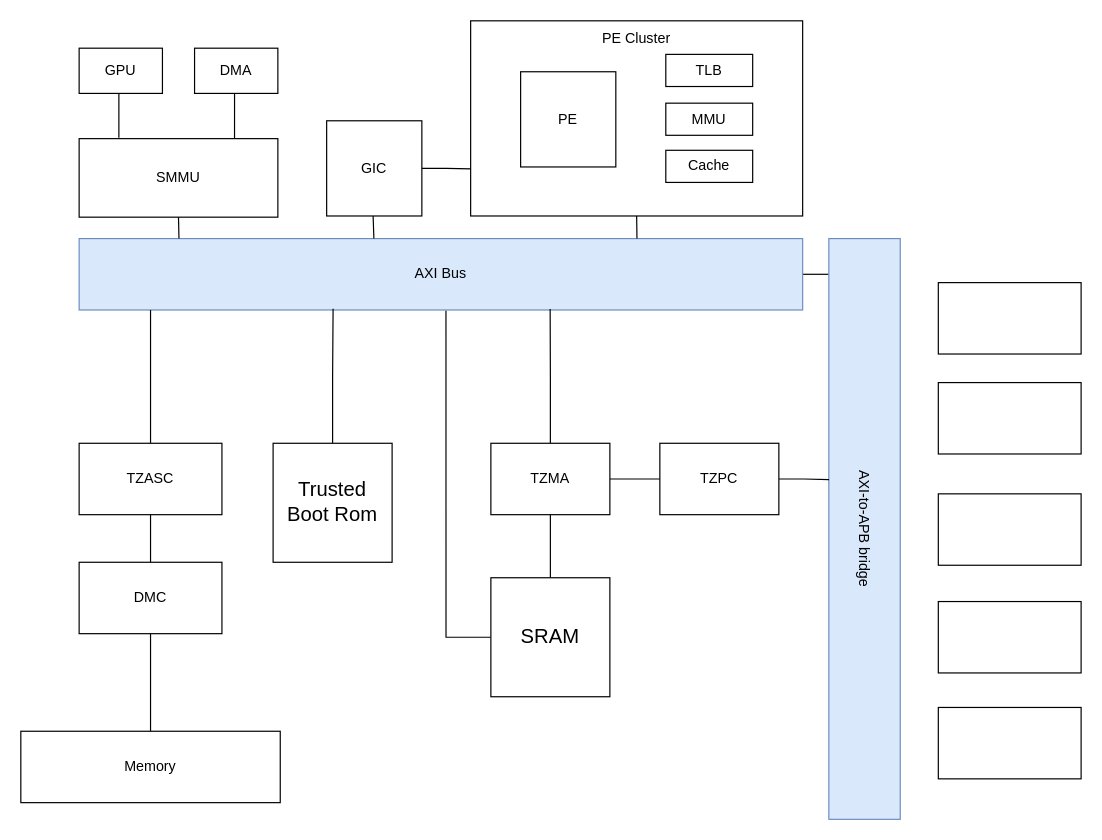
This is p3.drawio from EdisonE3/vue_learn, a draw.io file, before an edit. Source tidied: cells renumbered, new cells numbered last; positions are measured from the earlier drawing's top-left corner, leaving out a move shared by most shapes. Both pictures are drawn from the tidied source at 119%, with x=0, y=0 at pixel (20, 20).
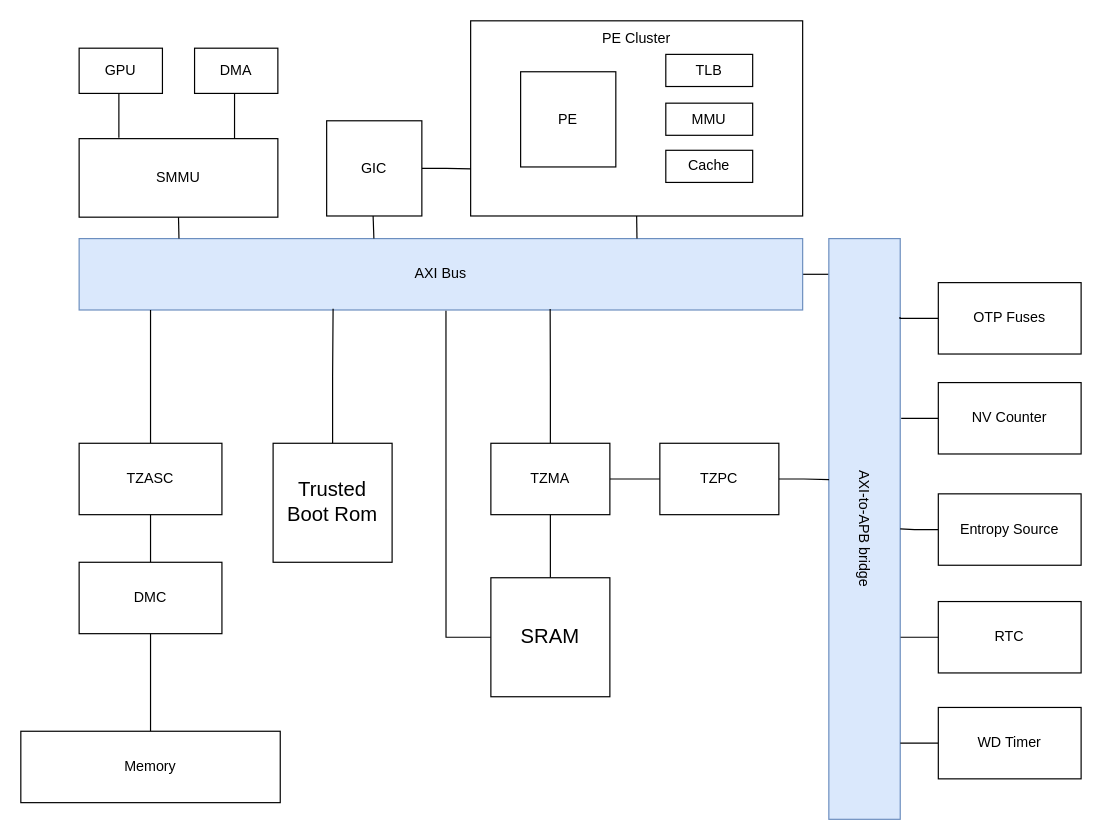
After the change.

Unchanged cells that the change refers to:
```xml
<mxCell id="22" style="rounded=0;whiteSpace=wrap;html=1;fillColor=#dae8fc;strokeColor=#6c8ebf;direction=south;" parent="21" vertex="1">
  <mxGeometry width="60" height="488" as="geometry" />
</mxCell>
```

What changed in the source:
```diff
@@
+    <mxCell id="45" style="edgeStyle=orthogonalEdgeStyle;rounded=0;jettySize=auto;html=1;exitX=0;exitY=0.5;exitDx=0;exitDy=0;entryX=0.135;entryY=0.004;entryDx=0;entryDy=0;entryPerimeter=0;fontSize=17;endArrow=none;endFill=0;" parent="1" edge="1" source="30" target="22">
+      <mxGeometry relative="1" as="geometry" />
+    </mxCell>
-    <mxCell id="30" style="rounded=0;whiteSpace=wrap;html=1;" parent="1" vertex="1">
+    <mxCell id="30" value="OTP Fuses" style="rounded=0;whiteSpace=wrap;html=1;" parent="1" vertex="1">
       <mxGeometry x="771" y="220" width="120" height="60" as="geometry" />
     </mxCell>
+    <mxCell id="46" style="edgeStyle=orthogonalEdgeStyle;rounded=0;jettySize=auto;html=1;exitX=0;exitY=0.5;exitDx=0;exitDy=0;entryX=0.308;entryY=-0.014;entryDx=0;entryDy=0;entryPerimeter=0;fontSize=17;endArrow=none;endFill=0;" parent="1" edge="1" source="31" target="22">
+      <mxGeometry relative="1" as="geometry" />
+    </mxCell>
-    <mxCell id="31" style="rounded=0;whiteSpace=wrap;html=1;" parent="1" vertex="1">
+    <mxCell id="31" value="NV Counter" style="rounded=0;whiteSpace=wrap;html=1;" parent="1" vertex="1">
       <mxGeometry x="771" y="304" width="120" height="60" as="geometry" />
     </mxCell>
+    <mxCell id="47" style="edgeStyle=orthogonalEdgeStyle;rounded=0;jettySize=auto;html=1;exitX=0;exitY=0.5;exitDx=0;exitDy=0;fontSize=17;endArrow=none;endFill=0;" parent="1" edge="1" source="32" target="22">
+      <mxGeometry relative="1" as="geometry" />
+    </mxCell>
-    <mxCell id="32" style="rounded=0;whiteSpace=wrap;html=1;" parent="1" vertex="1">
+    <mxCell id="32" value="Entropy Source" style="rounded=0;whiteSpace=wrap;html=1;" parent="1" vertex="1">
       <mxGeometry x="771" y="397.5" width="120" height="60" as="geometry" />
     </mxCell>
+    <mxCell id="48" style="edgeStyle=orthogonalEdgeStyle;rounded=0;jettySize=auto;html=1;exitX=0;exitY=0.5;exitDx=0;exitDy=0;entryX=0.686;entryY=-0.005;entryDx=0;entryDy=0;entryPerimeter=0;fontSize=17;endArrow=none;endFill=0;" parent="1" edge="1" source="33" target="22">
+      <mxGeometry relative="1" as="geometry" />
+    </mxCell>
-    <mxCell id="33" style="rounded=0;whiteSpace=wrap;html=1;" parent="1" vertex="1">
+    <mxCell id="33" value="RTC" style="rounded=0;whiteSpace=wrap;html=1;" parent="1" vertex="1">
       <mxGeometry x="771" y="488" width="120" height="60" as="geometry" />
     </mxCell>
+    <mxCell id="49" style="edgeStyle=orthogonalEdgeStyle;rounded=0;jettySize=auto;html=1;exitX=0;exitY=0.5;exitDx=0;exitDy=0;entryX=0.867;entryY=-0.002;entryDx=0;entryDy=0;entryPerimeter=0;fontSize=17;endArrow=none;endFill=0;" parent="1" edge="1" source="34" target="22">
+      <mxGeometry relative="1" as="geometry" />
+    </mxCell>
-    <mxCell id="34" style="rounded=0;whiteSpace=wrap;html=1;" parent="1" vertex="1">
+    <mxCell id="34" value="WD Timer" style="rounded=0;whiteSpace=wrap;html=1;" parent="1" vertex="1">
       <mxGeometry x="771" y="577" width="120" height="60" as="geometry" />
     </mxCell>
```
